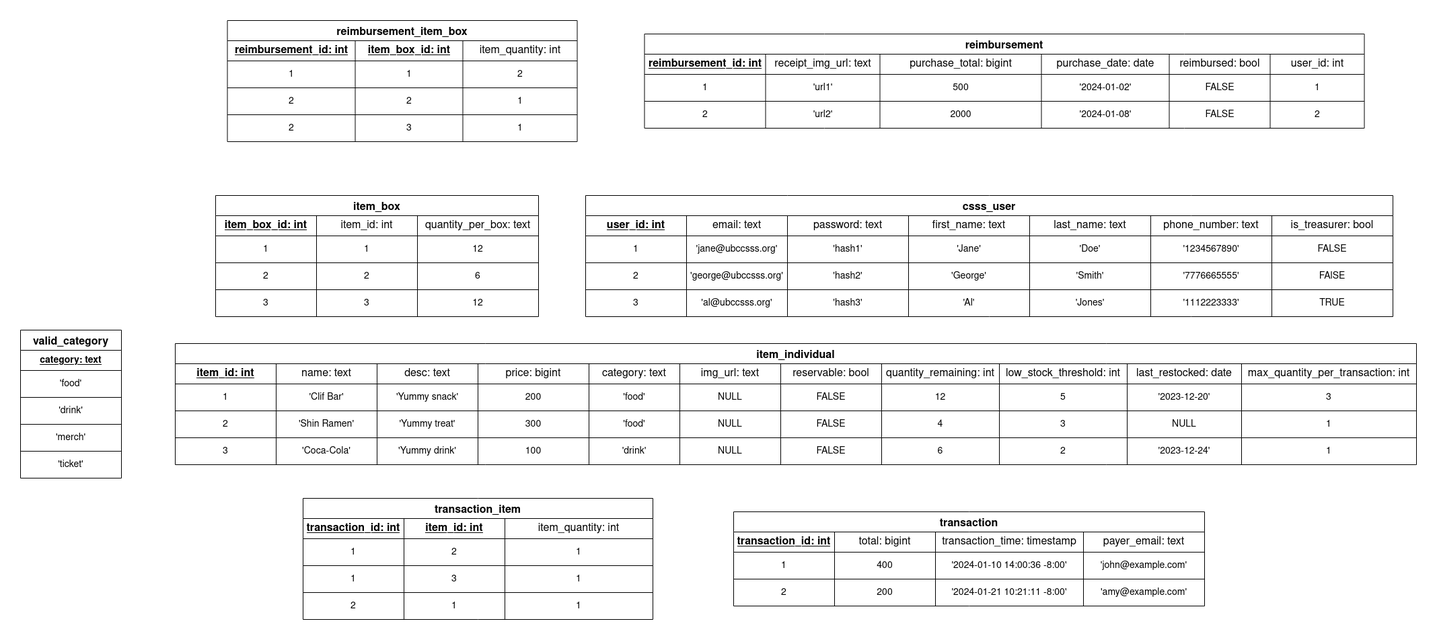
Before: design/database/test_data.png, a diagram exported from draw.io (ubccsss/Live-Inventory-System). Source tidied: cells renumbered, new cells last; positions are measured from the earlier drawing's top-left corner, leaving out a move shared by most shapes.
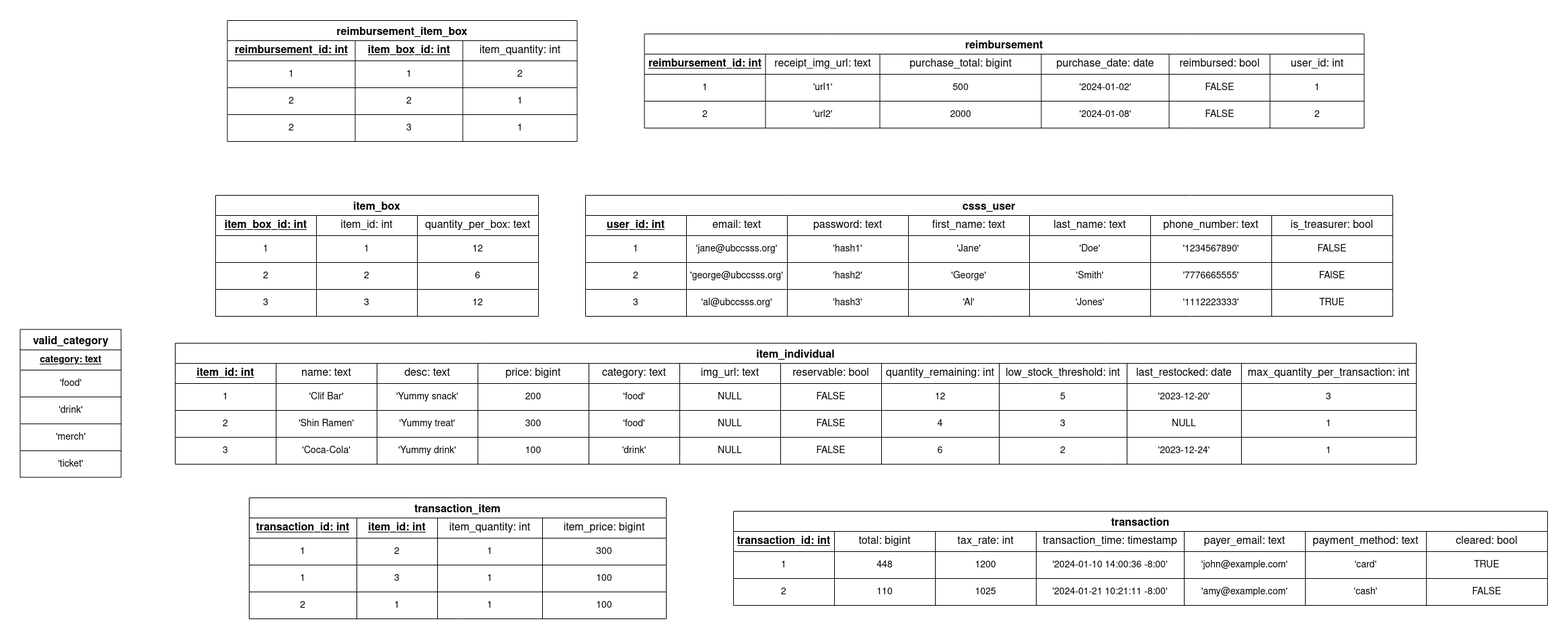
After the commit.

Commit message:
Update db schema/test data diagrams

What changed in the source:
```diff
@@ -234,10 +234,10 @@
       <mxGeometry x="300" width="180" height="40" as="geometry" />
     </mxCell>
     <mxCell id="79" value="transaction" style="shape=table;startSize=30;strokeColor=default;fontSize=16;fontStyle=1;" parent="1" vertex="1">
-      <mxGeometry x="1060" y="730" width="700" height="140" as="geometry" />
+      <mxGeometry x="1060" y="730" width="1210" height="140" as="geometry" />
     </mxCell>
     <mxCell id="80" style="shape=tableRow;horizontal=0;startSize=0;swimlaneHead=0;swimlaneBody=0;strokeColor=inherit;top=0;left=0;bottom=0;right=0;fillColor=none;fontSize=16;" parent="79" vertex="1">
-      <mxGeometry y="30" width="700" height="30" as="geometry" />
+      <mxGeometry y="30" width="1210" height="30" as="geometry" />
     </mxCell>
     <mxCell id="81" value="&lt;u&gt;&lt;b&gt;transaction_id: int&lt;br&gt;&lt;/b&gt;&lt;/u&gt;" style="shape=partialRectangle;html=1;whiteSpace=wrap;strokeColor=inherit;overflow=hidden;fillColor=none;top=0;left=0;bottom=0;right=0;fontSize=16;" parent="80" vertex="1">
       <mxGeometry width="150" height="30" as="geometry" />
@@ -245,93 +245,132 @@
     <mxCell id="82" value="total: bigint" style="shape=partialRectangle;html=1;whiteSpace=wrap;strokeColor=inherit;overflow=hidden;fillColor=none;top=0;left=0;bottom=0;right=0;fontSize=16;" parent="80" vertex="1">
       <mxGeometry x="150" width="150" height="30" as="geometry" />
     </mxCell>
+    <mxCell id="184" value="tax_rate: int" style="shape=partialRectangle;html=1;whiteSpace=wrap;strokeColor=inherit;overflow=hidden;fillColor=none;top=0;left=0;bottom=0;right=0;fontSize=16;" parent="80" vertex="1">
+      <mxGeometry x="300" width="150" height="30" as="geometry" />
+    </mxCell>
     <mxCell id="83" value="transaction_time: timestamp" style="shape=partialRectangle;html=1;whiteSpace=wrap;strokeColor=inherit;overflow=hidden;fillColor=none;top=0;left=0;bottom=0;right=0;fontSize=16;" parent="80" vertex="1">
-      <mxGeometry x="300" width="220" height="30" as="geometry" />
+      <mxGeometry x="450" width="220" height="30" as="geometry" />
     </mxCell>
     <mxCell id="84" value="payer_email: text" style="shape=partialRectangle;html=1;whiteSpace=wrap;strokeColor=inherit;overflow=hidden;fillColor=none;top=0;left=0;bottom=0;right=0;fontSize=16;" parent="80" vertex="1">
-      <mxGeometry x="520" width="180" height="30" as="geometry" />
+      <mxGeometry x="670" width="180" height="30" as="geometry" />
     </mxCell>
+    <mxCell id="185" value="payment_method: text" style="shape=partialRectangle;html=1;whiteSpace=wrap;strokeColor=inherit;overflow=hidden;fillColor=none;top=0;left=0;bottom=0;right=0;fontSize=16;" parent="80" vertex="1">
+      <mxGeometry x="850" width="180" height="30" as="geometry" />
+    </mxCell>
+    <mxCell id="186" value="cleared: bool" style="shape=partialRectangle;html=1;whiteSpace=wrap;strokeColor=inherit;overflow=hidden;fillColor=none;top=0;left=0;bottom=0;right=0;fontSize=16;" parent="80" vertex="1">
+      <mxGeometry x="1030" width="180" height="30" as="geometry" />
+    </mxCell>
     <mxCell id="85" style="shape=tableRow;horizontal=0;startSize=0;swimlaneHead=0;swimlaneBody=0;strokeColor=inherit;top=0;left=0;bottom=0;right=0;fillColor=none;fontSize=16;" parent="79" vertex="1">
-      <mxGeometry y="60" width="700" height="40" as="geometry" />
+      <mxGeometry y="60" width="1210" height="40" as="geometry" />
     </mxCell>
     <mxCell id="86" value="1" style="shape=partialRectangle;html=1;whiteSpace=wrap;strokeColor=inherit;overflow=hidden;fillColor=none;top=0;left=0;bottom=0;right=0;fontSize=14;" parent="85" vertex="1">
       <mxGeometry width="150" height="40" as="geometry" />
     </mxCell>
-    <mxCell id="87" value="400" style="shape=partialRectangle;html=1;whiteSpace=wrap;strokeColor=inherit;overflow=hidden;fillColor=none;top=0;left=0;bottom=0;right=0;fontSize=14;" parent="85" vertex="1">
+    <mxCell id="87" value="448" style="shape=partialRectangle;html=1;whiteSpace=wrap;strokeColor=inherit;overflow=hidden;fillColor=none;top=0;left=0;bottom=0;right=0;fontSize=14;" parent="85" vertex="1">
       <mxGeometry x="150" width="150" height="40" as="geometry" />
     </mxCell>
+    <mxCell id="187" value="1200" style="shape=partialRectangle;html=1;whiteSpace=wrap;strokeColor=inherit;overflow=hidden;fillColor=none;top=0;left=0;bottom=0;right=0;fontSize=14;" parent="85" vertex="1">
+      <mxGeometry x="300" width="150" height="40" as="geometry" />
+    </mxCell>
     <mxCell id="88" value="'2024-01-10 14:00:36 -8:00'" style="shape=partialRectangle;html=1;whiteSpace=wrap;strokeColor=inherit;overflow=hidden;fillColor=none;top=0;left=0;bottom=0;right=0;fontSize=14;" parent="85" vertex="1">
-      <mxGeometry x="300" width="220" height="40" as="geometry" />
+      <mxGeometry x="450" width="220" height="40" as="geometry" />
     </mxCell>
     <mxCell id="89" value="'john@example.com'" style="shape=partialRectangle;html=1;whiteSpace=wrap;strokeColor=inherit;overflow=hidden;fillColor=none;top=0;left=0;bottom=0;right=0;fontSize=14;" parent="85" vertex="1">
-      <mxGeometry x="520" width="180" height="40" as="geometry" />
+      <mxGeometry x="670" width="180" height="40" as="geometry" />
     </mxCell>
+    <mxCell id="188" value="'card'" style="shape=partialRectangle;html=1;whiteSpace=wrap;strokeColor=inherit;overflow=hidden;fillColor=none;top=0;left=0;bottom=0;right=0;fontSize=14;" parent="85" vertex="1">
+      <mxGeometry x="850" width="180" height="40" as="geometry" />
+    </mxCell>
+    <mxCell id="189" value="TRUE" style="shape=partialRectangle;html=1;whiteSpace=wrap;strokeColor=inherit;overflow=hidden;fillColor=none;top=0;left=0;bottom=0;right=0;fontSize=14;" parent="85" vertex="1">
+      <mxGeometry x="1030" width="180" height="40" as="geometry" />
+    </mxCell>
     <mxCell id="90" style="shape=tableRow;horizontal=0;startSize=0;swimlaneHead=0;swimlaneBody=0;strokeColor=inherit;top=0;left=0;bottom=0;right=0;fillColor=none;fontSize=16;" parent="79" vertex="1">
-      <mxGeometry y="100" width="700" height="40" as="geometry" />
+      <mxGeometry y="100" width="1210" height="40" as="geometry" />
     </mxCell>
     <mxCell id="91" value="2" style="shape=partialRectangle;html=1;whiteSpace=wrap;strokeColor=inherit;overflow=hidden;fillColor=none;top=0;left=0;bottom=0;right=0;fontSize=14;" parent="90" vertex="1">
       <mxGeometry width="150" height="40" as="geometry" />
     </mxCell>
-    <mxCell id="92" value="200" style="shape=partialRectangle;html=1;whiteSpace=wrap;strokeColor=inherit;overflow=hidden;fillColor=none;top=0;left=0;bottom=0;right=0;fontSize=14;" parent="90" vertex="1">
+    <mxCell id="92" value="110" style="shape=partialRectangle;html=1;whiteSpace=wrap;strokeColor=inherit;overflow=hidden;fillColor=none;top=0;left=0;bottom=0;right=0;fontSize=14;" parent="90" vertex="1">
       <mxGeometry x="150" width="150" height="40" as="geometry" />
     </mxCell>
+    <mxCell id="190" value="1025" style="shape=partialRectangle;html=1;whiteSpace=wrap;strokeColor=inherit;overflow=hidden;fillColor=none;top=0;left=0;bottom=0;right=0;fontSize=14;" parent="90" vertex="1">
+      <mxGeometry x="300" width="150" height="40" as="geometry" />
+    </mxCell>
     <mxCell id="93" value="'2024-01-21 10:21:11 -8:00'" style="shape=partialRectangle;html=1;whiteSpace=wrap;strokeColor=inherit;overflow=hidden;fillColor=none;top=0;left=0;bottom=0;right=0;fontSize=14;" parent="90" vertex="1">
-      <mxGeometry x="300" width="220" height="40" as="geometry" />
+      <mxGeometry x="450" width="220" height="40" as="geometry" />
     </mxCell>
     <mxCell id="94" value="'amy@example.com'" style="shape=partialRectangle;html=1;whiteSpace=wrap;strokeColor=inherit;overflow=hidden;fillColor=none;top=0;left=0;bottom=0;right=0;fontSize=14;" parent="90" vertex="1">
-      <mxGeometry x="520" width="180" height="40" as="geometry" />
+      <mxGeometry x="670" width="180" height="40" as="geometry" />
     </mxCell>
+    <mxCell id="191" value="'cash'" style="shape=partialRectangle;html=1;whiteSpace=wrap;strokeColor=inherit;overflow=hidden;fillColor=none;top=0;left=0;bottom=0;right=0;fontSize=14;" parent="90" vertex="1">
+      <mxGeometry x="850" width="180" height="40" as="geometry" />
+    </mxCell>
+    <mxCell id="192" value="FALSE" style="shape=partialRectangle;html=1;whiteSpace=wrap;strokeColor=inherit;overflow=hidden;fillColor=none;top=0;left=0;bottom=0;right=0;fontSize=14;" parent="90" vertex="1">
+      <mxGeometry x="1030" width="180" height="40" as="geometry" />
+    </mxCell>
     <mxCell id="95" value="transaction_item" style="shape=table;startSize=30;strokeColor=default;fontSize=16;fontStyle=1;" parent="1" vertex="1">
-      <mxGeometry x="420" y="710" width="520" height="180" as="geometry" />
+      <mxGeometry x="340" y="710" width="620" height="180" as="geometry" />
     </mxCell>
     <mxCell id="96" style="shape=tableRow;horizontal=0;startSize=0;swimlaneHead=0;swimlaneBody=0;strokeColor=inherit;top=0;left=0;bottom=0;right=0;fillColor=none;fontSize=16;" parent="95" vertex="1">
-      <mxGeometry y="30" width="520" height="30" as="geometry" />
+      <mxGeometry y="30" width="620" height="30" as="geometry" />
     </mxCell>
     <mxCell id="97" value="&lt;u&gt;&lt;b&gt;transaction_id: int&lt;br&gt;&lt;/b&gt;&lt;/u&gt;" style="shape=partialRectangle;html=1;whiteSpace=wrap;strokeColor=inherit;overflow=hidden;fillColor=none;top=0;left=0;bottom=0;right=0;fontSize=16;" parent="96" vertex="1">
-      <mxGeometry width="150" height="30" as="geometry" />
+      <mxGeometry width="160" height="30" as="geometry" />
     </mxCell>
     <mxCell id="98" value="&lt;u&gt;&lt;b&gt;item_id: int&lt;br&gt;&lt;/b&gt;&lt;/u&gt;" style="shape=partialRectangle;html=1;whiteSpace=wrap;strokeColor=inherit;overflow=hidden;fillColor=none;top=0;left=0;bottom=0;right=0;fontSize=16;" parent="96" vertex="1">
-      <mxGeometry x="150" width="150" height="30" as="geometry" />
+      <mxGeometry x="160" width="120" height="30" as="geometry" />
     </mxCell>
     <mxCell id="99" value="item_quantity: int" style="shape=partialRectangle;html=1;whiteSpace=wrap;strokeColor=inherit;overflow=hidden;fillColor=none;top=0;left=0;bottom=0;right=0;fontSize=16;" parent="96" vertex="1">
-      <mxGeometry x="300" width="220" height="30" as="geometry" />
+      <mxGeometry x="280" width="156" height="30" as="geometry" />
     </mxCell>
+    <mxCell id="193" value="item_price: bigint" style="shape=partialRectangle;html=1;whiteSpace=wrap;strokeColor=inherit;overflow=hidden;fillColor=none;top=0;left=0;bottom=0;right=0;fontSize=16;" parent="96" vertex="1">
+      <mxGeometry x="436" width="184" height="30" as="geometry" />
+    </mxCell>
     <mxCell id="100" style="shape=tableRow;horizontal=0;startSize=0;swimlaneHead=0;swimlaneBody=0;strokeColor=inherit;top=0;left=0;bottom=0;right=0;fillColor=none;fontSize=16;" parent="95" vertex="1">
-      <mxGeometry y="60" width="520" height="40" as="geometry" />
+      <mxGeometry y="60" width="620" height="40" as="geometry" />
     </mxCell>
     <mxCell id="101" value="1" style="shape=partialRectangle;html=1;whiteSpace=wrap;strokeColor=inherit;overflow=hidden;fillColor=none;top=0;left=0;bottom=0;right=0;fontSize=14;" parent="100" vertex="1">
-      <mxGeometry width="150" height="40" as="geometry" />
+      <mxGeometry width="160" height="40" as="geometry" />
     </mxCell>
     <mxCell id="102" value="2" style="shape=partialRectangle;html=1;whiteSpace=wrap;strokeColor=inherit;overflow=hidden;fillColor=none;top=0;left=0;bottom=0;right=0;fontSize=14;" parent="100" vertex="1">
-      <mxGeometry x="150" width="150" height="40" as="geometry" />
+      <mxGeometry x="160" width="120" height="40" as="geometry" />
     </mxCell>
     <mxCell id="103" value="1" style="shape=partialRectangle;html=1;whiteSpace=wrap;strokeColor=inherit;overflow=hidden;fillColor=none;top=0;left=0;bottom=0;right=0;fontSize=14;" parent="100" vertex="1">
-      <mxGeometry x="300" width="220" height="40" as="geometry" />
+      <mxGeometry x="280" width="156" height="40" as="geometry" />
     </mxCell>
+    <mxCell id="194" value="300" style="shape=partialRectangle;html=1;whiteSpace=wrap;strokeColor=inherit;overflow=hidden;fillColor=none;top=0;left=0;bottom=0;right=0;fontSize=14;" parent="100" vertex="1">
+      <mxGeometry x="436" width="184" height="40" as="geometry" />
+    </mxCell>
     <mxCell id="104" style="shape=tableRow;horizontal=0;startSize=0;swimlaneHead=0;swimlaneBody=0;strokeColor=inherit;top=0;left=0;bottom=0;right=0;fillColor=none;fontSize=16;" parent="95" vertex="1">
-      <mxGeometry y="100" width="520" height="40" as="geometry" />
+      <mxGeometry y="100" width="620" height="40" as="geometry" />
     </mxCell>
     <mxCell id="105" value="1" style="shape=partialRectangle;html=1;whiteSpace=wrap;strokeColor=inherit;overflow=hidden;fillColor=none;top=0;left=0;bottom=0;right=0;fontSize=14;" parent="104" vertex="1">
-      <mxGeometry width="150" height="40" as="geometry" />
+      <mxGeometry width="160" height="40" as="geometry" />
     </mxCell>
     <mxCell id="106" value="3" style="shape=partialRectangle;html=1;whiteSpace=wrap;strokeColor=inherit;overflow=hidden;fillColor=none;top=0;left=0;bottom=0;right=0;fontSize=14;" parent="104" vertex="1">
-      <mxGeometry x="150" width="150" height="40" as="geometry" />
+      <mxGeometry x="160" width="120" height="40" as="geometry" />
     </mxCell>
     <mxCell id="107" value="1" style="shape=partialRectangle;html=1;whiteSpace=wrap;strokeColor=inherit;overflow=hidden;fillColor=none;top=0;left=0;bottom=0;right=0;fontSize=14;" parent="104" vertex="1">
-      <mxGeometry x="300" width="220" height="40" as="geometry" />
+      <mxGeometry x="280" width="156" height="40" as="geometry" />
     </mxCell>
+    <mxCell id="195" value="100" style="shape=partialRectangle;html=1;whiteSpace=wrap;strokeColor=inherit;overflow=hidden;fillColor=none;top=0;left=0;bottom=0;right=0;fontSize=14;" parent="104" vertex="1">
+      <mxGeometry x="436" width="184" height="40" as="geometry" />
+    </mxCell>
     <mxCell id="108" style="shape=tableRow;horizontal=0;startSize=0;swimlaneHead=0;swimlaneBody=0;strokeColor=inherit;top=0;left=0;bottom=0;right=0;fillColor=none;fontSize=16;" parent="95" vertex="1">
-      <mxGeometry y="140" width="520" height="40" as="geometry" />
+      <mxGeometry y="140" width="620" height="40" as="geometry" />
     </mxCell>
     <mxCell id="109" value="2" style="shape=partialRectangle;html=1;whiteSpace=wrap;strokeColor=inherit;overflow=hidden;fillColor=none;top=0;left=0;bottom=0;right=0;fontSize=14;" parent="108" vertex="1">
-      <mxGeometry width="150" height="40" as="geometry" />
+      <mxGeometry width="160" height="40" as="geometry" />
     </mxCell>
     <mxCell id="110" value="1" style="shape=partialRectangle;html=1;whiteSpace=wrap;strokeColor=inherit;overflow=hidden;fillColor=none;top=0;left=0;bottom=0;right=0;fontSize=14;" parent="108" vertex="1">
-      <mxGeometry x="150" width="150" height="40" as="geometry" />
+      <mxGeometry x="160" width="120" height="40" as="geometry" />
     </mxCell>
     <mxCell id="111" value="1" style="shape=partialRectangle;html=1;whiteSpace=wrap;strokeColor=inherit;overflow=hidden;fillColor=none;top=0;left=0;bottom=0;right=0;fontSize=14;" parent="108" vertex="1">
-      <mxGeometry x="300" width="220" height="40" as="geometry" />
+      <mxGeometry x="280" width="156" height="40" as="geometry" />
     </mxCell>
+    <mxCell id="196" value="100" style="shape=partialRectangle;html=1;whiteSpace=wrap;strokeColor=inherit;overflow=hidden;fillColor=none;top=0;left=0;bottom=0;right=0;fontSize=14;" parent="108" vertex="1">
+      <mxGeometry x="436" width="184" height="40" as="geometry" />
+    </mxCell>
     <mxCell id="112" value="csss_user" style="shape=table;startSize=30;strokeColor=default;fontSize=16;fontStyle=1;" parent="1" vertex="1">
       <mxGeometry x="840" y="260" width="1200" height="180" as="geometry" />
     </mxCell>
```
